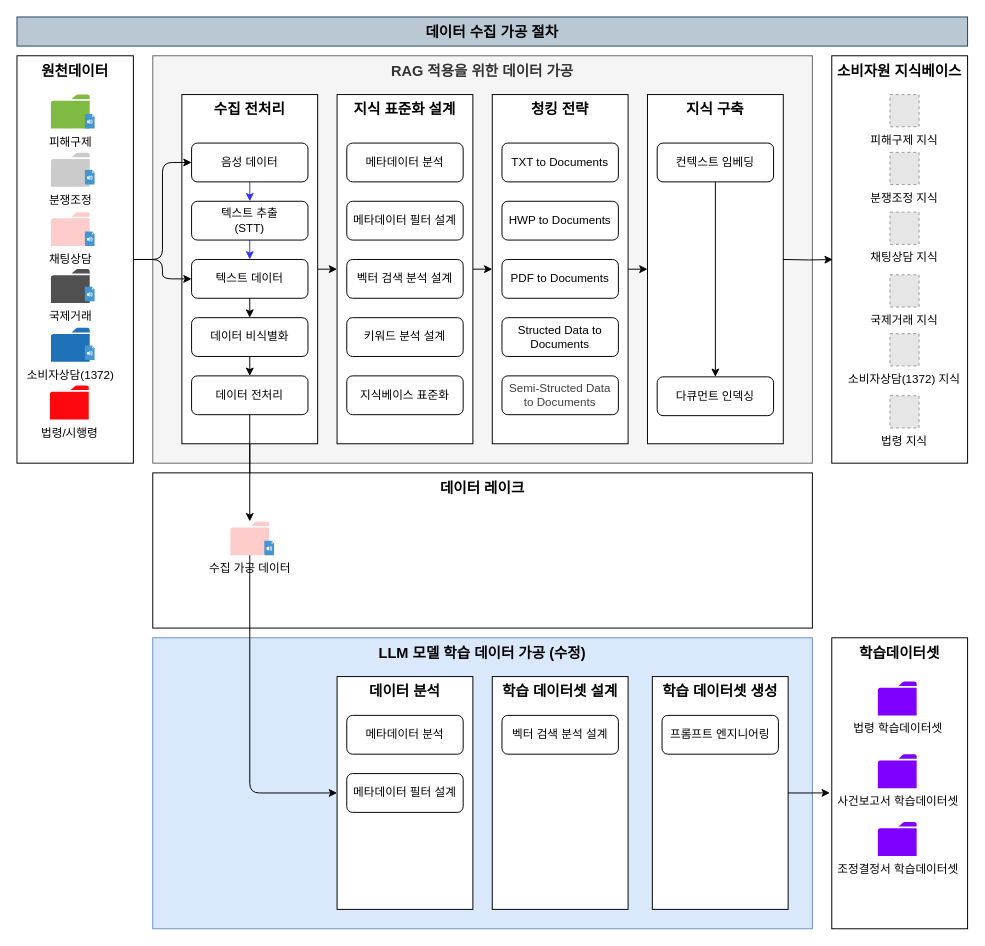
This is page "데이터 수집 가공" (1 of 11) of docs/KCA.drawio from eunpa/KCA, a draw.io file, before an edit. Source tidied: cells renumbered, new cells numbered last; positions are measured from the earlier drawing's top-left corner, leaving out a move shared by most shapes. Both pictures are drawn from the tidied source at 97%, with x=0, y=0 at pixel (16, 16). Pictures stored in the file or linked from it are replaced by grey dashed boxes.
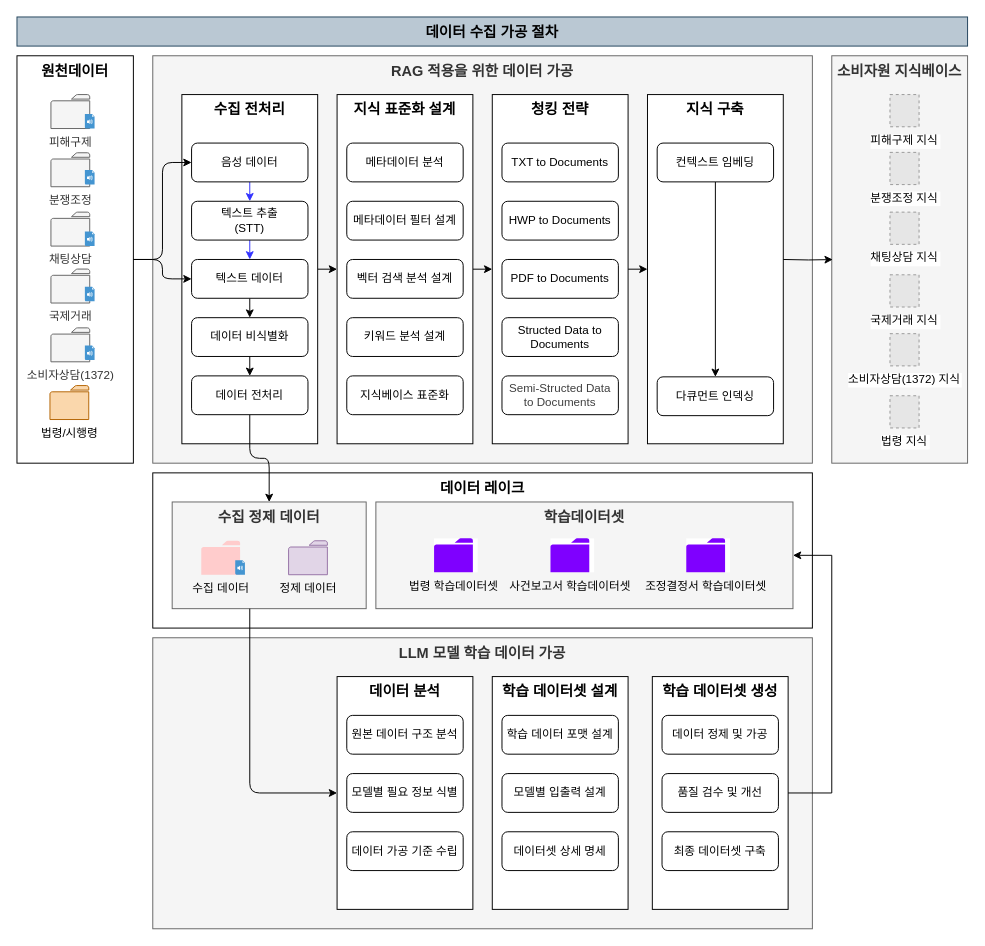
Above is the later version.

Unchanged cells that the change refers to:
```xml
<mxCell id="9" value="원천데이터" style="whiteSpace=wrap;html=1;verticalAlign=top;fontStyle=1;fontSize=15;" parent="1" vertex="1">
  <mxGeometry y="40" width="120" height="420" as="geometry" />
</mxCell>
<mxCell id="12" value="수집 전처리" style="whiteSpace=wrap;html=1;verticalAlign=top;fontStyle=1;fontSize=15;" parent="1" vertex="1">
  <mxGeometry x="170" y="80" width="140" height="360" as="geometry" />
</mxCell>
<mxCell id="14" value="텍스트 데이터" style="rounded=1;whiteSpace=wrap;html=1;" parent="1" vertex="1">
  <mxGeometry x="180" y="250" width="120" height="40" as="geometry" />
</mxCell>
<mxCell id="16" value="음성 데이터" style="rounded=1;whiteSpace=wrap;html=1;" parent="1" vertex="1">
  <mxGeometry x="180" y="130" width="120" height="40" as="geometry" />
</mxCell>
<mxCell id="38" style="group;" parent="1" vertex="1">
  <mxGeometry x="35" y="80" width="45" height="35" as="geometry" />
</mxCell>
<mxCell id="41" style="group;" parent="1" vertex="1">
  <mxGeometry x="35" y="140" width="45" height="35" as="geometry" />
</mxCell>
<mxCell id="44" style="group;" parent="1" vertex="1">
  <mxGeometry x="35" y="201.2" width="45" height="35" as="geometry" />
</mxCell>
<mxCell id="47" style="group;" parent="1" vertex="1">
  <mxGeometry x="35" y="259.9" width="45" height="35" as="geometry" />
</mxCell>
<mxCell id="50" style="group;" parent="1" vertex="1">
  <mxGeometry x="35" y="320.5" width="45" height="35" as="geometry" />
</mxCell>
<mxCell id="53" style="group;" parent="1" vertex="1">
  <mxGeometry x="34" y="380" width="45" height="35" as="geometry" />
</mxCell>
<mxCell id="57" value="데이터 분석" style="whiteSpace=wrap;html=1;verticalAlign=top;fontStyle=1;fontSize=15;" parent="1" vertex="1">
  <mxGeometry x="330" y="680" width="140" height="240" as="geometry" />
</mxCell>
<mxCell id="61" value="학습 데이터셋 생성" style="whiteSpace=wrap;html=1;verticalAlign=top;fontStyle=1;fontSize=15;" parent="1" vertex="1">
  <mxGeometry x="655" y="680" width="140" height="240" as="geometry" />
</mxCell>
```

The edit, as a diff of the source:
```diff
@@
+    <mxCell id="76" value="데이터 레이크" style="whiteSpace=wrap;html=1;verticalAlign=top;fontStyle=1;fontSize=15;" parent="1" vertex="1">
+      <mxGeometry x="140" y="470" width="680" height="160" as="geometry" />
+    </mxCell>
+    <mxCell id="84" value="&lt;span&gt;수집 정제 데이터&lt;/span&gt;" style="whiteSpace=wrap;html=1;verticalAlign=top;fontStyle=1;fontSize=15;fillColor=#f5f5f5;fontColor=#333333;strokeColor=#666666;" parent="1" vertex="1">
+      <mxGeometry x="160" y="500" width="200" height="110" as="geometry" />
+    </mxCell>
-    <mxCell id="2" value="&lt;span&gt;소비자원 지식베이스&lt;/span&gt;" style="whiteSpace=wrap;html=1;verticalAlign=top;fontStyle=1;fontSize=15;" parent="1" vertex="1">
+    <mxCell id="2" value="&lt;span&gt;소비자원 지식베이스&lt;/span&gt;" style="whiteSpace=wrap;html=1;verticalAlign=top;fontStyle=1;fontSize=15;fillColor=#f5f5f5;fontColor=#333333;strokeColor=#666666;" parent="1" vertex="1">
       <mxGeometry x="840" y="40" width="140" height="420" as="geometry" />
     </mxCell>
@@
-    <mxCell id="11" style="edgeStyle=orthogonalEdgeStyle;rounded=0;jettySize=auto;html=1;" parent="1" edge="1" source="12" target="79">
-      <mxGeometry relative="1" as="geometry" />
-    </mxCell>
@@
-    <mxCell id="39" value="피해구제" style="sketch=0;shadow=0;dashed=0;html=1;strokeColor=none;labelPosition=center;verticalLabelPosition=bottom;verticalAlign=top;align=center;shape=mxgraph.office.concepts.folder;fillColor=#7FBA42;" parent="38" vertex="1">
+    <mxCell id="39" value="피해구제" style="sketch=0;shadow=0;dashed=0;html=1;strokeColor=#666666;labelPosition=center;verticalLabelPosition=bottom;verticalAlign=top;align=center;shape=mxgraph.office.concepts.folder;fillColor=#f5f5f5;fontColor=#333333;" parent="38" vertex="1">
       <mxGeometry width="40" height="35" as="geometry" />
     </mxCell>
@@
-    <mxCell id="42" value="분쟁조정" style="sketch=0;shadow=0;dashed=0;html=1;strokeColor=none;labelPosition=center;verticalLabelPosition=bottom;verticalAlign=top;align=center;shape=mxgraph.office.concepts.folder;fillColor=#CCCBCB;" parent="41" vertex="1">
+    <mxCell id="42" value="분쟁조정" style="sketch=0;shadow=0;dashed=0;html=1;strokeColor=#666666;labelPosition=center;verticalLabelPosition=bottom;verticalAlign=top;align=center;shape=mxgraph.office.concepts.folder;fillColor=#f5f5f5;fontColor=#333333;" parent="41" vertex="1">
       <mxGeometry width="40" height="35" as="geometry" />
     </mxCell>
@@
-    <mxCell id="45" value="채팅상담" style="sketch=0;shadow=0;dashed=0;html=1;strokeColor=none;labelPosition=center;verticalLabelPosition=bottom;verticalAlign=top;align=center;shape=mxgraph.office.concepts.folder;fillColor=#FFCCCC;" parent="44" vertex="1">
+    <mxCell id="45" value="채팅상담" style="sketch=0;shadow=0;dashed=0;html=1;strokeColor=#666666;labelPosition=center;verticalLabelPosition=bottom;verticalAlign=top;align=center;shape=mxgraph.office.concepts.folder;fillColor=#f5f5f5;fontColor=#333333;" parent="44" vertex="1">
       <mxGeometry width="40" height="35" as="geometry" />
     </mxCell>
@@
-    <mxCell id="48" value="국제거래" style="sketch=0;shadow=0;dashed=0;html=1;strokeColor=none;fillColor=#505050;labelPosition=center;verticalLabelPosition=bottom;verticalAlign=top;align=center;shape=mxgraph.office.concepts.folder;" parent="47" vertex="1">
+    <mxCell id="48" value="국제거래" style="sketch=0;shadow=0;dashed=0;html=1;strokeColor=#666666;fillColor=#f5f5f5;labelPosition=center;verticalLabelPosition=bottom;verticalAlign=top;align=center;shape=mxgraph.office.concepts.folder;fontColor=#333333;" parent="47" vertex="1">
       <mxGeometry width="40" height="35" as="geometry" />
     </mxCell>
@@
-    <mxCell id="51" value="소비자상담(1372)" style="sketch=0;shadow=0;dashed=0;html=1;strokeColor=none;labelPosition=center;verticalLabelPosition=bottom;verticalAlign=top;align=center;shape=mxgraph.office.concepts.folder;fillColor=#2072B8;" parent="50" vertex="1">
+    <mxCell id="51" value="소비자상담(1372)" style="sketch=0;shadow=0;dashed=0;html=1;strokeColor=#666666;labelPosition=center;verticalLabelPosition=bottom;verticalAlign=top;align=center;shape=mxgraph.office.concepts.folder;fillColor=#f5f5f5;fontColor=#333333;" parent="50" vertex="1">
       <mxGeometry width="40" height="35" as="geometry" />
     </mxCell>
@@
-    <mxCell id="54" value="법령/시행령" style="sketch=0;shadow=0;dashed=0;html=1;strokeColor=none;labelPosition=center;verticalLabelPosition=bottom;verticalAlign=top;align=center;shape=mxgraph.office.concepts.folder;fillColor=#FF070F;" parent="53" vertex="1">
+    <mxCell id="54" value="법령/시행령" style="sketch=0;shadow=0;dashed=0;html=1;strokeColor=#b46504;labelPosition=center;verticalLabelPosition=bottom;verticalAlign=top;align=center;shape=mxgraph.office.concepts.folder;fillColor=#fad7ac;" parent="53" vertex="1">
       <mxGeometry width="40" height="35" as="geometry" />
     </mxCell>
@@
-    <mxCell id="56" value="LLM 모델 학습 데이터 가공 (수정)" style="whiteSpace=wrap;html=1;fontStyle=1;verticalAlign=top;fontSize=15;fillColor=#dae8fc;strokeColor=#6c8ebf;" parent="1" vertex="1">
+    <mxCell id="56" value="LLM 모델 학습 데이터 가공" style="whiteSpace=wrap;html=1;fontStyle=1;verticalAlign=top;fontSize=15;fillColor=#f5f5f5;strokeColor=#666666;fontColor=#333333;" parent="1" vertex="1">
       <mxGeometry x="140" y="640" width="680" height="300" as="geometry" />
     </mxCell>
@@
-    <mxCell id="58" value="메타데이터 분석" style="rounded=1;whiteSpace=wrap;html=1;" parent="1" vertex="1">
+    <mxCell id="58" value="원본 데이터 구조 분석" style="rounded=1;whiteSpace=wrap;html=1;" parent="1" vertex="1">
       <mxGeometry x="340" y="720" width="120" height="40" as="geometry" />
     </mxCell>
-    <mxCell id="59" value="메타데이터 필터 설계" style="rounded=1;whiteSpace=wrap;html=1;" parent="1" vertex="1">
+    <mxCell id="59" value="모델별 필요 정보 식별" style="rounded=1;whiteSpace=wrap;html=1;" parent="1" vertex="1">
       <mxGeometry x="340" y="780" width="120" height="40" as="geometry" />
     </mxCell>
@@
-    <mxCell id="62" value="벡터 검색 분석 설계" style="rounded=1;whiteSpace=wrap;html=1;" parent="1" vertex="1">
+    <mxCell id="62" value="학습 데이터 포맷 설계" style="rounded=1;whiteSpace=wrap;html=1;" parent="1" vertex="1">
       <mxGeometry x="500" y="720" width="120" height="40" as="geometry" />
     </mxCell>
-    <mxCell id="63" value="프롬프트 엔지니어링" style="rounded=1;whiteSpace=wrap;html=1;" parent="1" vertex="1">
+    <mxCell id="63" value="데이터 정제 및 가공" style="rounded=1;whiteSpace=wrap;html=1;" parent="1" vertex="1">
       <mxGeometry x="665" y="720" width="120" height="40" as="geometry" />
     </mxCell>
+    <mxCell id="71" style="edgeStyle=orthogonalEdgeStyle;rounded=1;jettySize=auto;html=1;exitX=1;exitY=0.5;exitDx=0;exitDy=0;entryX=0;entryY=0.5;entryDx=0;entryDy=0;curved=0;" parent="1" edge="1" source="9" target="14">
+      <mxGeometry relative="1" as="geometry" />
+    </mxCell>
+    <mxCell id="72" style="edgeStyle=orthogonalEdgeStyle;rounded=1;jettySize=auto;html=1;exitX=1;exitY=0.5;exitDx=0;exitDy=0;entryX=0;entryY=0.5;entryDx=0;entryDy=0;curved=0;" parent="1" edge="1" source="9" target="16">
+      <mxGeometry relative="1" as="geometry" />
+    </mxCell>
+    <mxCell id="73" style="edgeStyle=orthogonalEdgeStyle;rounded=0;orthogonalLoop=1;jettySize=auto;html=1;exitX=1;exitY=0.5;exitDx=0;exitDy=0;entryX=0.007;entryY=0.523;entryDx=0;entryDy=0;entryPerimeter=0;" parent="1" edge="1">
+      <mxGeometry relative="1" as="geometry">
+        <mxPoint x="790" y="250" as="sourcePoint" />
+        <mxPoint x="841" y="250.1" as="targetPoint" />
+      </mxGeometry>
+    </mxCell>
+    <mxCell id="75" value="데이터 비식별화" style="rounded=1;whiteSpace=wrap;html=1;" parent="1" vertex="1">
+      <mxGeometry x="180" y="310" width="120" height="40" as="geometry" />
+    </mxCell>
+    <mxCell id="77" style="group;" parent="1" vertex="1">
+      <mxGeometry x="190" y="540" width="45" height="35" as="geometry" />
+    </mxCell>
+    <mxCell id="78" value="수집 데이터" style="sketch=0;shadow=0;dashed=0;html=1;strokeColor=none;labelPosition=center;verticalLabelPosition=bottom;verticalAlign=top;outlineConnect=0;align=center;shape=mxgraph.office.concepts.folder;fillColor=#FFCCCC;" parent="77" vertex="1">
+      <mxGeometry width="40" height="35" as="geometry" />
+    </mxCell>
+    <mxCell id="79" style="shadow=0;dashed=0;html=1;strokeColor=none;fillColor=#4495D1;labelPosition=center;verticalLabelPosition=bottom;verticalAlign=top;align=center;outlineConnect=0;shape=mxgraph.veeam.audio_file;" parent="77" vertex="1">
+      <mxGeometry x="35" y="20" width="10" height="15" as="geometry" />
+    </mxCell>
+    <mxCell id="80" style="edgeStyle=orthogonalEdgeStyle;html=1;exitX=0.5;exitY=1;exitDx=0;exitDy=0;entryX=0.5;entryY=0;entryDx=0;entryDy=0;" parent="1" edge="1" source="82" target="84">
+      <mxGeometry relative="1" as="geometry" />
+    </mxCell>
+    <mxCell id="81" style="edgeStyle=orthogonalEdgeStyle;html=1;exitX=0.5;exitY=1;exitDx=0;exitDy=0;" parent="1" edge="1" source="75" target="82">
+      <mxGeometry relative="1" as="geometry" />
+    </mxCell>
+    <mxCell id="82" value="데이터 전처리" style="rounded=1;whiteSpace=wrap;html=1;" parent="1" vertex="1">
+      <mxGeometry x="180" y="370" width="120" height="40" as="geometry" />
+    </mxCell>
+    <mxCell id="83" style="edgeStyle=orthogonalEdgeStyle;html=1;entryX=0;entryY=0.5;entryDx=0;entryDy=0;" parent="1" edge="1" target="57">
+      <mxGeometry relative="1" as="geometry">
+        <mxPoint x="240" y="610" as="sourcePoint" />
+        <Array as="points">
+          <mxPoint x="240" y="800" />
+        </Array>
+      </mxGeometry>
+    </mxCell>
+    <mxCell id="85" value="데이터 가공 기준 수립" style="rounded=1;whiteSpace=wrap;html=1;" parent="1" vertex="1">
+      <mxGeometry x="340" y="840" width="120" height="40" as="geometry" />
+    </mxCell>
+    <mxCell id="86" value="모델별 입출력 설계" style="rounded=1;whiteSpace=wrap;html=1;" parent="1" vertex="1">
+      <mxGeometry x="500" y="780" width="120" height="40" as="geometry" />
+    </mxCell>
+    <mxCell id="87" value="데이터셋 상세 명세" style="rounded=1;whiteSpace=wrap;html=1;" parent="1" vertex="1">
+      <mxGeometry x="500" y="840" width="120" height="40" as="geometry" />
+    </mxCell>
+    <mxCell id="88" value="품질 검수 및 개선" style="rounded=1;whiteSpace=wrap;html=1;" parent="1" vertex="1">
+      <mxGeometry x="665" y="780" width="120" height="40" as="geometry" />
+    </mxCell>
+    <mxCell id="89" value="최종 데이터셋 구축" style="rounded=1;whiteSpace=wrap;html=1;" parent="1" vertex="1">
+      <mxGeometry x="665" y="840" width="120" height="40" as="geometry" />
+    </mxCell>
-    <mxCell id="64" value="&lt;span&gt;학습데이터셋&lt;/span&gt;" style="whiteSpace=wrap;html=1;verticalAlign=top;fontStyle=1;fontSize=15;" parent="1" vertex="1">
-      <mxGeometry x="840" y="640" width="140" height="300" as="geometry" />
+    <mxCell id="64" value="&lt;span&gt;학습데이터셋&lt;/span&gt;" style="whiteSpace=wrap;html=1;verticalAlign=top;fontStyle=1;fontSize=15;fillColor=#f5f5f5;fontColor=#333333;strokeColor=#666666;" parent="1" vertex="1">
+      <mxGeometry x="370" y="500" width="430" height="110" as="geometry" />
     </mxCell>
     <mxCell id="65" style="group;fillColor=default;" parent="1" vertex="1">
-      <mxGeometry x="887.5" y="685" width="45" height="35" as="geometry" />
+      <mxGeometry x="430" y="537.5" width="45" height="35" as="geometry" />
     </mxCell>
@@
     <mxCell id="67" style="group;fillColor=default;" parent="1" vertex="1">
-      <mxGeometry x="887.5" y="760" width="45" height="35" as="geometry" />
+      <mxGeometry x="550" y="537.5" width="45" height="35" as="geometry" />
     </mxCell>
@@
     <mxCell id="69" style="group;fillColor=default;" parent="1" vertex="1">
-      <mxGeometry x="887.5" y="830" width="45" height="35" as="geometry" />
+      <mxGeometry x="690" y="537.5" width="45" height="35" as="geometry" />
     </mxCell>
@@
-    <mxCell id="71" style="edgeStyle=orthogonalEdgeStyle;rounded=1;jettySize=auto;html=1;exitX=1;exitY=0.5;exitDx=0;exitDy=0;entryX=0;entryY=0.5;entryDx=0;entryDy=0;curved=0;" parent="1" edge="1" source="9" target="14">
-      <mxGeometry relative="1" as="geometry" />
-    </mxCell>
-    <mxCell id="72" style="edgeStyle=orthogonalEdgeStyle;rounded=1;jettySize=auto;html=1;exitX=1;exitY=0.5;exitDx=0;exitDy=0;entryX=0;entryY=0.5;entryDx=0;entryDy=0;curved=0;" parent="1" edge="1" source="9" target="16">
-      <mxGeometry relative="1" as="geometry" />
-    </mxCell>
-    <mxCell id="73" style="edgeStyle=orthogonalEdgeStyle;rounded=0;orthogonalLoop=1;jettySize=auto;html=1;exitX=1;exitY=0.5;exitDx=0;exitDy=0;entryX=0.007;entryY=0.523;entryDx=0;entryDy=0;entryPerimeter=0;" parent="1" edge="1">
-      <mxGeometry relative="1" as="geometry">
-        <mxPoint x="790" y="250" as="sourcePoint" />
-        <mxPoint x="841" y="250.1" as="targetPoint" />
-      </mxGeometry>
-    </mxCell>
-    <mxCell id="74" style="edgeStyle=orthogonalEdgeStyle;rounded=0;jettySize=auto;html=1;exitX=1;exitY=0.5;exitDx=0;exitDy=0;entryX=-0.014;entryY=0.533;entryDx=0;entryDy=0;entryPerimeter=0;" parent="1" edge="1" source="61" target="64">
-      <mxGeometry relative="1" as="geometry" />
+    <mxCell id="74" style="edgeStyle=orthogonalEdgeStyle;rounded=0;jettySize=auto;html=1;exitX=1;exitY=0.5;exitDx=0;exitDy=0;entryX=1;entryY=0.5;entryDx=0;entryDy=0;" parent="1" edge="1" source="61" target="64">
+      <mxGeometry relative="1" as="geometry">
+        <Array as="points">
+          <mxPoint x="840" y="800" />
+          <mxPoint x="840" y="555" />
+        </Array>
+      </mxGeometry>
     </mxCell>
-    <mxCell id="75" value="데이터 비식별화" style="rounded=1;whiteSpace=wrap;html=1;" parent="1" vertex="1">
-      <mxGeometry x="180" y="310" width="120" height="40" as="geometry" />
-    </mxCell>
-    <mxCell id="76" value="데이터 레이크" style="whiteSpace=wrap;html=1;verticalAlign=top;fontStyle=1;fontSize=15;" parent="1" vertex="1">
-      <mxGeometry x="140" y="470" width="680" height="160" as="geometry" />
-    </mxCell>
-    <mxCell id="77" style="group;" parent="1" vertex="1">
-      <mxGeometry x="220" y="520" width="45" height="35" as="geometry" />
-    </mxCell>
-    <mxCell id="78" value="수집 가공 데이터" style="sketch=0;shadow=0;dashed=0;html=1;strokeColor=none;labelPosition=center;verticalLabelPosition=bottom;verticalAlign=top;outlineConnect=0;align=center;shape=mxgraph.office.concepts.folder;fillColor=#FFCCCC;" parent="77" vertex="1">
-      <mxGeometry width="40" height="35" as="geometry" />
-    </mxCell>
-    <mxCell id="79" style="shadow=0;dashed=0;html=1;strokeColor=none;fillColor=#4495D1;labelPosition=center;verticalLabelPosition=bottom;verticalAlign=top;align=center;outlineConnect=0;shape=mxgraph.veeam.audio_file;" parent="77" vertex="1">
-      <mxGeometry x="35" y="20" width="10" height="15" as="geometry" />
-    </mxCell>
-    <mxCell id="80" style="edgeStyle=orthogonalEdgeStyle;html=1;exitX=0.5;exitY=1;exitDx=0;exitDy=0;" parent="1" edge="1" source="82" target="78">
-      <mxGeometry relative="1" as="geometry" />
-    </mxCell>
-    <mxCell id="81" style="edgeStyle=orthogonalEdgeStyle;html=1;exitX=0.5;exitY=1;exitDx=0;exitDy=0;" parent="1" edge="1" source="75" target="82">
-      <mxGeometry relative="1" as="geometry" />
-    </mxCell>
-    <mxCell id="82" value="데이터 전처리" style="rounded=1;whiteSpace=wrap;html=1;" parent="1" vertex="1">
-      <mxGeometry x="180" y="370" width="120" height="40" as="geometry" />
-    </mxCell>
-    <mxCell id="83" style="edgeStyle=orthogonalEdgeStyle;html=1;entryX=0;entryY=0.5;entryDx=0;entryDy=0;" parent="1" edge="1" source="78" target="57">
-      <mxGeometry relative="1" as="geometry">
-        <Array as="points">
-          <mxPoint x="240" y="800" />
-        </Array>
-      </mxGeometry>
-    </mxCell>
+    <mxCell id="90" style="group;" parent="1" vertex="1">
+      <mxGeometry x="280" y="540" width="45" height="35" as="geometry" />
+    </mxCell>
+    <mxCell id="91" value="정제 데이터" style="sketch=0;shadow=0;dashed=0;html=1;strokeColor=#9673a6;labelPosition=center;verticalLabelPosition=bottom;verticalAlign=top;align=center;shape=mxgraph.office.concepts.folder;fillColor=#e1d5e7;" parent="90" vertex="1">
+      <mxGeometry width="40" height="35" as="geometry" />
+    </mxCell>
```
